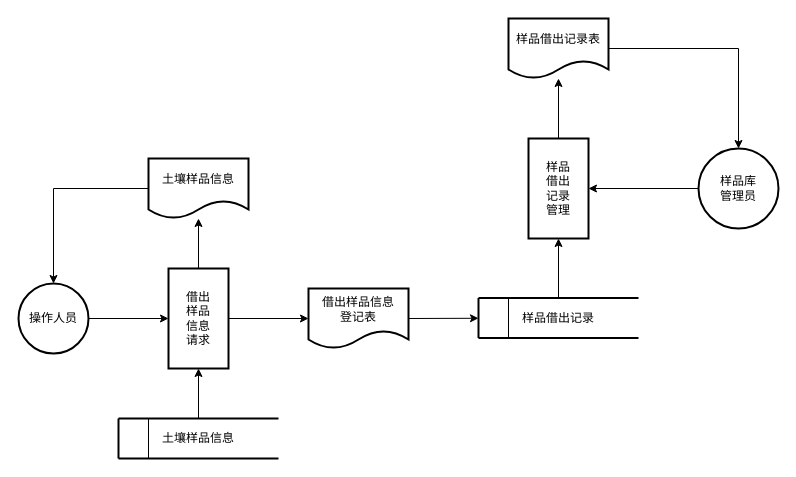
This is page "操作人员、样品库管理员流程" (14 of 22) of DT-1-0326.drawio from TeasusZt/DT-NEW, a draw.io file, before an edit. Source tidied: cells renumbered, new cells numbered last; positions are measured from the earlier drawing's top-left corner, leaving out a move shared by most shapes. Both pictures are drawn from the tidied source at 100%, with x=0, y=0 at pixel (18, 18).
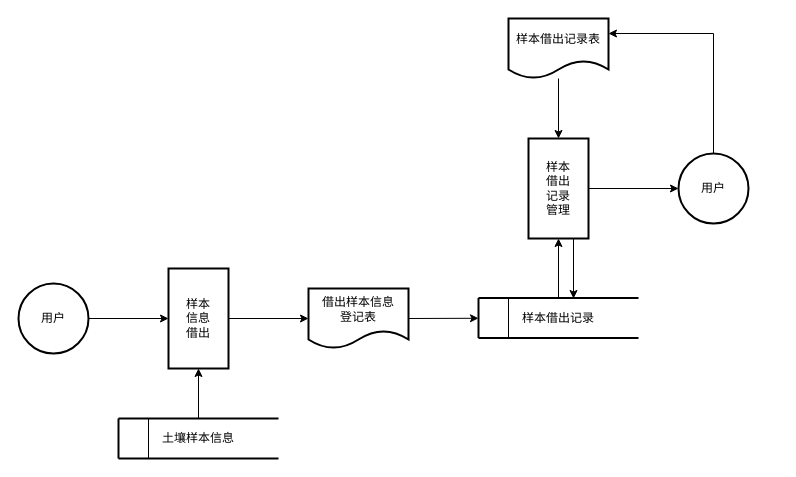
Above is the later version.

Change to the diagram source:
```diff
@@
-    <mxCell id="2" style="edgeStyle=none;rounded=0;jumpSize=6;jettySize=auto;html=1;exitX=1;exitY=0.5;exitDx=0;exitDy=0;entryX=0;entryY=0.5;entryDx=0;entryDy=0;startArrow=none;startFill=0;endArrow=classic;endFill=1;endSize=6;strokeWidth=1;" parent="1" edge="1" source="3" target="15">
+    <mxCell id="2" style="edgeStyle=orthogonalEdgeStyle;rounded=0;jettySize=auto;html=1;exitX=1;exitY=0.5;exitDx=0;exitDy=0;entryX=0;entryY=0.5;entryDx=0;entryDy=0;endArrow=classic;endFill=1;fontSize=10;" parent="1" edge="1" source="3" target="15">
       <mxGeometry relative="1" as="geometry" />
     </mxCell>
-    <mxCell id="3" value="操作人员" style="ellipse;whiteSpace=wrap;html=1;strokeColor=#000000;strokeWidth=2;fillColor=none;align=center;" parent="1" vertex="1">
+    <mxCell id="3" value="用户" style="ellipse;whiteSpace=wrap;html=1;strokeColor=#000000;strokeWidth=2;fillColor=none;align=center;" parent="1" vertex="1">
       <mxGeometry y="265" width="70" height="70" as="geometry" />
     </mxCell>
-    <mxCell id="4" style="edgeStyle=none;rounded=0;jumpSize=6;jettySize=auto;html=1;exitX=0;exitY=0.5;exitDx=0;exitDy=0;entryX=1;entryY=0.5;entryDx=0;entryDy=0;startArrow=none;startFill=0;endArrow=classic;endFill=1;endSize=6;strokeWidth=1;" parent="1" edge="1" source="5" target="29">
-      <mxGeometry relative="1" as="geometry" />
-    </mxCell>
+    <mxCell id="30" style="edgeStyle=orthogonalEdgeStyle;rounded=0;jettySize=auto;html=1;exitX=0.5;exitY=0;exitDx=0;exitDy=0;entryX=1;entryY=0.25;entryDx=0;entryDy=0;endArrow=classic;endFill=1;fontSize=10;" parent="1" edge="1" source="5" target="12">
+      <mxGeometry relative="1" as="geometry" />
+    </mxCell>
-    <mxCell id="5" value="样品库&lt;br&gt;管理员" style="ellipse;whiteSpace=wrap;html=1;strokeColor=#000000;strokeWidth=2;fillColor=none;align=center;" parent="1" vertex="1">
-      <mxGeometry x="680" y="130" width="80" height="80" as="geometry" />
+    <mxCell id="5" value="用户" style="ellipse;whiteSpace=wrap;html=1;strokeColor=#000000;strokeWidth=2;fillColor=none;align=center;" parent="1" vertex="1">
+      <mxGeometry x="660" y="135" width="70" height="70" as="geometry" />
     </mxCell>
-    <mxCell id="6" style="edgeStyle=orthogonalEdgeStyle;rounded=0;jumpSize=6;jettySize=auto;html=1;exitX=0;exitY=0.5;exitDx=0;exitDy=0;entryX=0.5;entryY=0;entryDx=0;entryDy=0;startArrow=none;startFill=0;endArrow=classic;endFill=1;endSize=6;strokeWidth=1;" parent="1" edge="1" source="7" target="3">
-      <mxGeometry relative="1" as="geometry" />
-    </mxCell>
-    <mxCell id="7" value="土壤样品信息" style="shape=document;whiteSpace=wrap;html=1;boundedLbl=1;strokeColor=#000000;strokeWidth=2;fillColor=none;align=center;" parent="1" vertex="1">
-      <mxGeometry x="130" y="140" width="100" height="60" as="geometry" />
-    </mxCell>
-    <mxCell id="8" style="edgeStyle=none;rounded=0;jumpSize=6;orthogonalLoop=1;jettySize=auto;html=1;exitX=1;exitY=0.5;exitDx=0;exitDy=0;startArrow=none;startFill=0;endArrow=classic;endFill=1;endSize=6;" parent="1" edge="1" source="7" target="7">
-      <mxGeometry relative="1" as="geometry" />
+    <mxCell id="8" style="edgeStyle=none;rounded=0;jumpSize=6;orthogonalLoop=1;jettySize=auto;html=1;exitX=1;exitY=0.5;exitDx=0;exitDy=0;startArrow=none;startFill=0;endArrow=classic;endFill=1;endSize=6;" parent="1" edge="1">
+      <mxGeometry relative="1" as="geometry">
+        <mxPoint x="230" y="170" as="sourcePoint" />
+        <mxPoint x="230" y="170" as="targetPoint" />
+      </mxGeometry>
     </mxCell>
@@
-    <mxCell id="10" value="借出样品信息&lt;br&gt;登记表" style="shape=document;whiteSpace=wrap;html=1;boundedLbl=1;strokeColor=#000000;strokeWidth=2;fillColor=none;align=center;" parent="1" vertex="1">
+    <mxCell id="10" value="借出样本信息&lt;br&gt;登记表" style="shape=document;whiteSpace=wrap;html=1;boundedLbl=1;strokeColor=#000000;strokeWidth=2;fillColor=none;align=center;" parent="1" vertex="1">
       <mxGeometry x="290" y="270" width="100" height="60" as="geometry" />
     </mxCell>
-    <mxCell id="11" style="edgeStyle=orthogonalEdgeStyle;rounded=0;jumpSize=6;jettySize=auto;html=1;exitX=1;exitY=0.5;exitDx=0;exitDy=0;entryX=0.5;entryY=0;entryDx=0;entryDy=0;startArrow=none;startFill=0;endArrow=classic;endFill=1;endSize=6;strokeWidth=1;" parent="1" edge="1" source="12" target="5">
-      <mxGeometry relative="1" as="geometry" />
-    </mxCell>
+    <mxCell id="31" style="edgeStyle=orthogonalEdgeStyle;rounded=0;jettySize=auto;html=1;endArrow=classic;endFill=1;fontSize=10;" parent="1" edge="1" source="12" target="29">
+      <mxGeometry relative="1" as="geometry" />
+    </mxCell>
-    <mxCell id="12" value="样品借出记录表" style="shape=document;whiteSpace=wrap;html=1;boundedLbl=1;strokeColor=#000000;strokeWidth=2;fillColor=none;align=center;" parent="1" vertex="1">
+    <mxCell id="12" value="样本借出记录表" style="shape=document;whiteSpace=wrap;html=1;boundedLbl=1;strokeColor=#000000;strokeWidth=2;fillColor=none;align=center;" parent="1" vertex="1">
       <mxGeometry x="490" width="100" height="60" as="geometry" />
     </mxCell>
-    <mxCell id="13" style="edgeStyle=none;rounded=0;jumpSize=6;jettySize=auto;html=1;exitX=0.5;exitY=0;exitDx=0;exitDy=0;startArrow=none;startFill=0;endArrow=classic;endFill=1;endSize=6;strokeWidth=1;" parent="1" edge="1" source="15" target="7">
-      <mxGeometry relative="1" as="geometry" />
-    </mxCell>
@@
-    <mxCell id="15" value="借出&lt;br&gt;样品&lt;br&gt;信息&lt;br&gt;请求" style="rounded=0;whiteSpace=wrap;html=1;strokeColor=#000000;strokeWidth=2;fillColor=none;align=center;" parent="1" vertex="1">
+    <mxCell id="15" value="样本&lt;br&gt;信息&lt;br&gt;借出" style="rounded=0;whiteSpace=wrap;html=1;strokeColor=#000000;strokeWidth=2;fillColor=none;align=center;" parent="1" vertex="1">
       <mxGeometry x="150" y="250" width="60" height="100" as="geometry" />
     </mxCell>
@@
-    <mxCell id="21" value="土壤样品信息" style="text;html=1;strokeColor=none;fillColor=none;align=center;verticalAlign=middle;whiteSpace=wrap;rounded=0;comic=0;" parent="1" vertex="1">
+    <mxCell id="21" value="土壤样本信息" style="text;html=1;strokeColor=none;fillColor=none;align=center;verticalAlign=middle;whiteSpace=wrap;rounded=0;comic=0;" parent="1" vertex="1">
       <mxGeometry x="100" y="400" width="160" height="40" as="geometry" />
     </mxCell>
@@
-    <mxCell id="27" value="样品借出记录" style="text;html=1;strokeColor=none;fillColor=none;align=center;verticalAlign=middle;whiteSpace=wrap;rounded=0;comic=0;" parent="1" vertex="1">
+    <mxCell id="27" value="样本借出记录" style="text;html=1;strokeColor=none;fillColor=none;align=center;verticalAlign=middle;whiteSpace=wrap;rounded=0;comic=0;" parent="1" vertex="1">
       <mxGeometry x="460" y="279.5" width="160" height="40" as="geometry" />
     </mxCell>
-    <mxCell id="28" style="edgeStyle=none;rounded=0;jumpSize=6;jettySize=auto;html=1;exitX=0.5;exitY=0;exitDx=0;exitDy=0;startArrow=none;startFill=0;endArrow=classic;endFill=1;endSize=6;strokeWidth=1;" parent="1" edge="1" source="29" target="12">
-      <mxGeometry relative="1" as="geometry" />
-    </mxCell>
+    <mxCell id="32" style="edgeStyle=orthogonalEdgeStyle;rounded=0;jettySize=auto;html=1;exitX=1;exitY=0.5;exitDx=0;exitDy=0;entryX=0;entryY=0.5;entryDx=0;entryDy=0;endArrow=classic;endFill=1;fontSize=10;" parent="1" edge="1" source="29" target="5">
+      <mxGeometry relative="1" as="geometry" />
+    </mxCell>
-    <mxCell id="29" value="样品&lt;br&gt;借出&lt;br&gt;记录&lt;br&gt;管理" style="rounded=0;whiteSpace=wrap;html=1;strokeColor=#000000;strokeWidth=2;fillColor=none;align=center;" parent="1" vertex="1">
+    <mxCell id="29" value="样本&lt;br&gt;借出&lt;br&gt;记录&lt;br&gt;管理" style="rounded=0;whiteSpace=wrap;html=1;strokeColor=#000000;strokeWidth=2;fillColor=none;align=center;" parent="1" vertex="1">
       <mxGeometry x="510" y="120" width="60" height="100" as="geometry" />
     </mxCell>
+    <mxCell id="33" style="edgeStyle=none;rounded=0;jumpSize=6;jettySize=auto;html=1;exitX=0.75;exitY=1;exitDx=0;exitDy=0;startArrow=none;startFill=0;endArrow=classic;endFill=1;endSize=6;strokeWidth=1;" parent="1" edge="1" source="29">
+      <mxGeometry relative="1" as="geometry">
+        <mxPoint x="555" y="280" as="targetPoint" />
+      </mxGeometry>
+    </mxCell>
```
